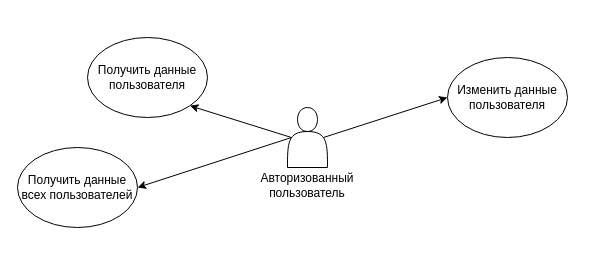
carakazov/notes-projects-diagrams keeps this draw.io diagram as back-end/user data ms/case.drawio. Above is the earlier version. Source tidied: cells renumbered, new cells numbered last; positions are measured from the earlier drawing's top-left corner, leaving out a move shared by most shapes. Both pictures are drawn from the tidied source at 100%, with x=0, y=0 at pixel (17, 37).
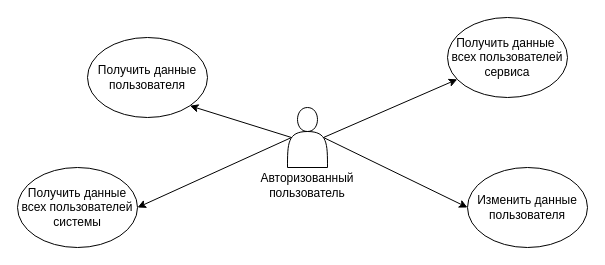
Above is the later version.

The edit, as a diff of the source:
```diff
@@
 <mxGraphModel>
   <root>
     <mxCell id="0" />
     <mxCell id="1" parent="0" />
     <mxCell id="2" value="Авторизованный&lt;br&gt;пользователь" style="shape=actor;whiteSpace=wrap;html=1;spacingBottom=-95;" parent="1" vertex="1">
       <mxGeometry x="270" y="70" width="40" height="60" as="geometry" />
     </mxCell>
     <mxCell id="3" value="Получить данные пользователя" style="ellipse;whiteSpace=wrap;html=1;" parent="1" vertex="1">
       <mxGeometry x="70" width="120" height="80" as="geometry" />
     </mxCell>
     <mxCell id="4" style="endArrow=classic;html=1;rounded=0;exitX=0.1;exitY=0.5;exitDx=0;exitDy=0;exitPerimeter=0;entryX=1;entryY=1;entryDx=0;entryDy=0;" parent="1" edge="1" source="2" target="3">
       <mxGeometry relative="1" as="geometry" />
     </mxCell>
-    <mxCell id="5" value="Получить данные всех пользователей" style="ellipse;whiteSpace=wrap;html=1;" parent="1" vertex="1">
-      <mxGeometry y="110" width="120" height="80" as="geometry" />
+    <mxCell id="5" value="Получить данные всех пользователей&lt;br&gt;системы" style="ellipse;whiteSpace=wrap;html=1;" parent="1" vertex="1">
+      <mxGeometry y="130" width="120" height="80" as="geometry" />
     </mxCell>
     <mxCell id="6" style="endArrow=classic;html=1;rounded=0;exitX=0.1;exitY=0.5;exitDx=0;exitDy=0;exitPerimeter=0;entryX=1;entryY=0.5;entryDx=0;entryDy=0;" parent="1" edge="1" source="2" target="5">
       <mxGeometry relative="1" as="geometry" />
     </mxCell>
     <mxCell id="7" value="Изменить данные&lt;br&gt;пользователя" style="ellipse;whiteSpace=wrap;html=1;" parent="1" vertex="1">
-      <mxGeometry x="430" y="20" width="120" height="80" as="geometry" />
+      <mxGeometry x="450" y="130" width="120" height="80" as="geometry" />
     </mxCell>
     <mxCell id="8" style="endArrow=classic;html=1;rounded=0;exitX=0.9;exitY=0.5;exitDx=0;exitDy=0;exitPerimeter=0;entryX=0;entryY=0.5;entryDx=0;entryDy=0;" parent="1" edge="1" source="2" target="7">
       <mxGeometry relative="1" as="geometry" />
     </mxCell>
+    <mxCell id="9" value="Получить данные&amp;nbsp;&lt;br&gt;всех пользователей&lt;br&gt;сервиса" style="ellipse;whiteSpace=wrap;html=1;" parent="1" vertex="1">
+      <mxGeometry x="430" y="-20" width="120" height="80" as="geometry" />
+    </mxCell>
+    <mxCell id="10" style="endArrow=classic;html=1;rounded=0;exitX=0.9;exitY=0.5;exitDx=0;exitDy=0;exitPerimeter=0;" parent="1" edge="1" source="2" target="9">
+      <mxGeometry relative="1" as="geometry" />
+    </mxCell>
   </root>
 </mxGraphModel>
```
